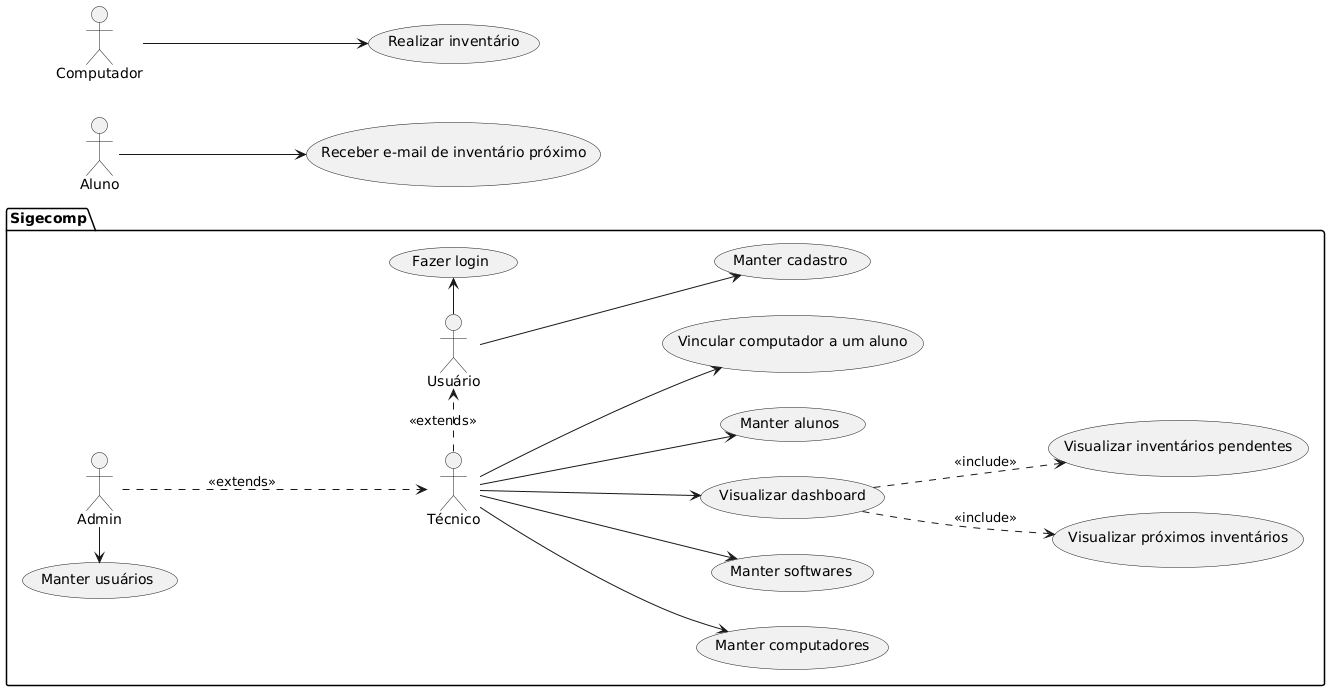
Earlier version of the PlantUML export resources/casos-de-uso.png (kavvata/sigemp). Source of this version:
```plantuml
@startuml
left to right direction
package "Sigecomp" {
  :Usuário: as user
  user -> (Fazer login)
  user --> (Manter cadastro)

  :Técnico: as tec
  tec .r.> user: <<extends>>
  tec --> (Manter computadores)
  tec --> (Manter softwares)
  "Visualizar dashboard" as (dash)
  tec --> dash
  dash ..> (Visualizar próximos inventários) : <<include>>
  dash ..> (Visualizar inventários pendentes) : <<include>>
  "Manter alunos" as (alunos)
  tec --> alunos
  tec --> (Vincular computador a um aluno)

  :Admin: as admin
  admin .d.> tec : <<extends>>
  admin -l-> (Manter usuários)
}
:Aluno: as alu
alu --> (Receber e-mail de inventário próximo)
:Computador: as comp
comp --> (Realizar inventário)
@enduml
```
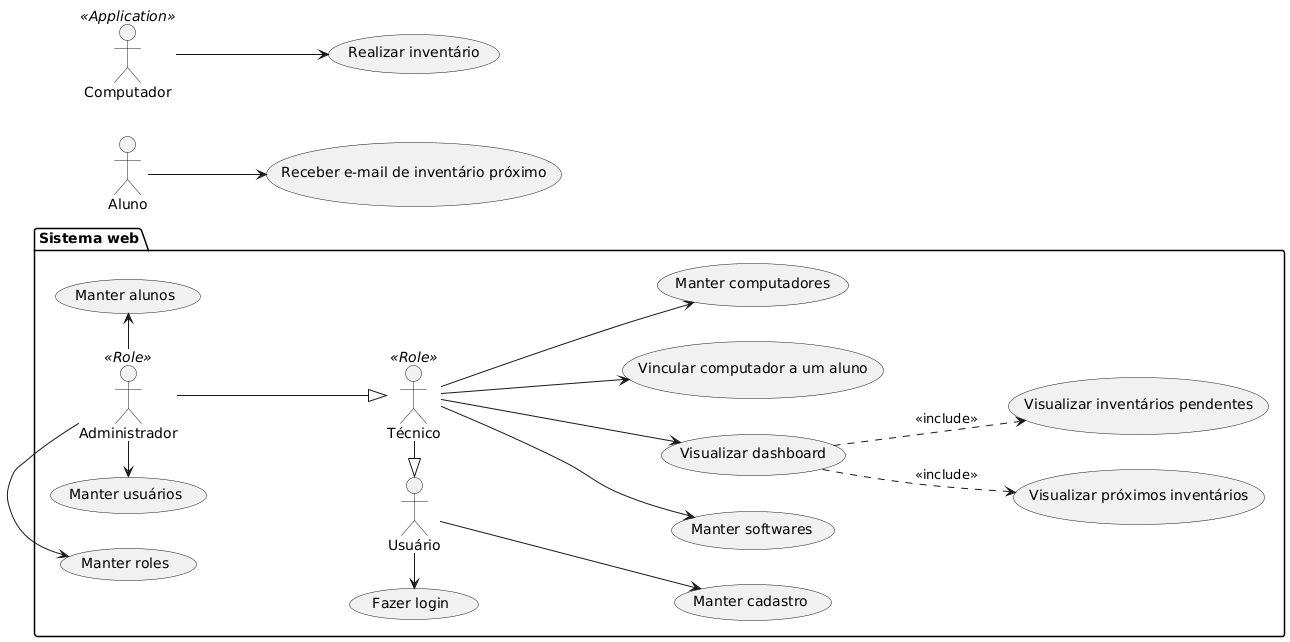
After the commit.

Commit message:
Related #5: Corrigido relações de herança

The edit, as a diff of the source:
```diff
@@ -1,28 +1,28 @@
 @startuml
 left to right direction
-package "Sigecomp" {
-  :Usuário: as user
-  user -> (Fazer login)
-  user --> (Manter cadastro)
+  package "Sistema web" {
+    :Usuário: as user
+    user -l-> (Fazer login)
+    user --> (Manter cadastro)
 
-  :Técnico: as tec
-  tec .r.> user: <<extends>>
-  tec --> (Manter computadores)
-  tec --> (Manter softwares)
-  "Visualizar dashboard" as (dash)
-  tec --> dash
-  dash ..> (Visualizar próximos inventários) : <<include>>
-  dash ..> (Visualizar inventários pendentes) : <<include>>
-  "Manter alunos" as (alunos)
-  tec --> alunos
-  tec --> (Vincular computador a um aluno)
+    :Técnico: as tec <<Role>>
+    tec -l-|> user
+    tec --> (Manter computadores)
+    tec --> (Manter softwares)
+    "Visualizar dashboard" as (dash)
+    tec --> dash
+    dash ..> (Visualizar próximos inventários) : <<include>>
+    dash ..> (Visualizar inventários pendentes) : <<include>>
+    tec --> (Vincular computador a um aluno)
 
-  :Admin: as admin
-  admin .d.> tec : <<extends>>
-  admin -l-> (Manter usuários)
-}
-:Aluno: as alu
-alu --> (Receber e-mail de inventário próximo)
-:Computador: as comp
-comp --> (Realizar inventário)
+    :Administrador: as admin <<Role>>
+    admin -d-|> tec
+    admin -l-> (Manter usuários)
+    admin -l-> (Manter roles)
+    admin -> (Manter alunos)
+  }
+  :Aluno: as alu
+  alu --> (Receber e-mail de inventário próximo)
+  :Computador: as comp <<Application>>
+  comp --> (Realizar inventário)
 @enduml
```
